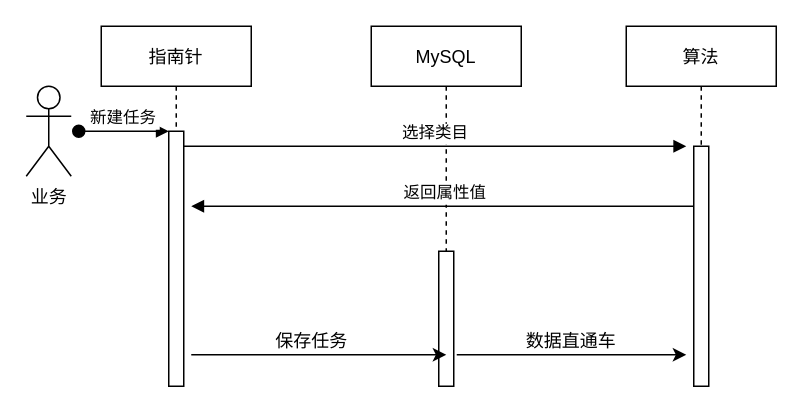
quhaisi/quhaisi.github.io keeps this draw.io diagram as Untitled Diagram.drawio. Above is the earlier version. Source tidied: cells renumbered, new cells numbered last; positions are measured from the earlier drawing's top-left corner, leaving out a move shared by most shapes. Both pictures are drawn from the tidied source at 150%, with x=0, y=0 at pixel (26, 26).
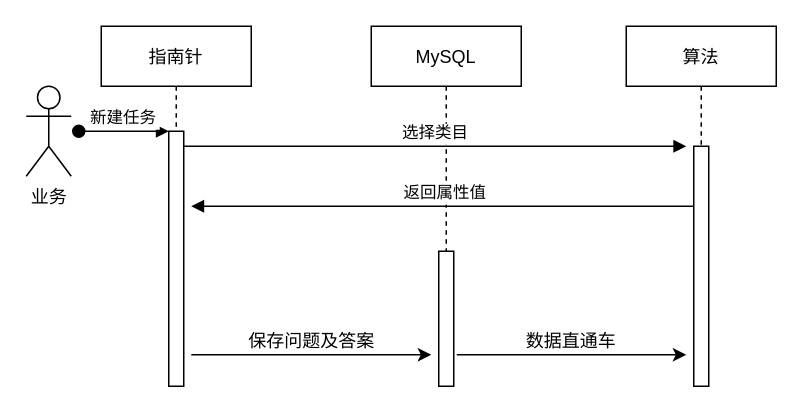
After the change.

Change to the diagram source:
```diff
@@
 <mxGraphModel>
   <root>
     <mxCell id="0" />
     <mxCell id="1" parent="0" />
     <mxCell id="2" value="指南针" style="shape=umlLifeline;perimeter=lifelinePerimeter;rounded=0;shadow=0;strokeWidth=1;" parent="1" vertex="1">
       <mxGeometry x="50" width="100" height="240" as="geometry" />
     </mxCell>
     <mxCell id="3" style="points=[];perimeter=orthogonalPerimeter;rounded=0;shadow=0;strokeWidth=1;" parent="2" vertex="1">
       <mxGeometry x="45" y="70" width="10" height="170" as="geometry" />
     </mxCell>
     <mxCell id="4" value="新建任务" style="verticalAlign=bottom;startArrow=oval;endArrow=block;startSize=8;shadow=0;strokeWidth=1;" parent="2" edge="1" target="3">
       <mxGeometry relative="1" as="geometry">
         <mxPoint x="-15" y="70" as="sourcePoint" />
       </mxGeometry>
     </mxCell>
     <mxCell id="5" value="MySQL" style="shape=umlLifeline;perimeter=lifelinePerimeter;rounded=0;shadow=0;strokeWidth=1;" parent="1" vertex="1">
       <mxGeometry x="230" width="100" height="240" as="geometry" />
     </mxCell>
     <mxCell id="6" style="points=[];perimeter=orthogonalPerimeter;rounded=0;shadow=0;strokeWidth=1;" parent="5" vertex="1">
       <mxGeometry x="45" y="150" width="10" height="90" as="geometry" />
     </mxCell>
     <mxCell id="7" value="选择类目" style="verticalAlign=bottom;endArrow=block;shadow=0;strokeWidth=1;" parent="1" edge="1" source="3">
       <mxGeometry relative="1" as="geometry">
         <mxPoint x="440" y="80" as="targetPoint" />
       </mxGeometry>
     </mxCell>
     <mxCell id="8" value="返回属性值" style="verticalAlign=bottom;endArrow=block;entryX=1;entryY=0;shadow=0;strokeWidth=1;" parent="1" edge="1" source="10">
       <mxGeometry relative="1" as="geometry">
         <mxPoint x="110" y="120" as="targetPoint" />
       </mxGeometry>
     </mxCell>
     <mxCell id="9" value="业务" style="shape=umlActor;verticalLabelPosition=bottom;verticalAlign=top;html=1;" parent="1" vertex="1">
       <mxGeometry y="40" width="30" height="60" as="geometry" />
     </mxCell>
     <mxCell id="10" value="算法" style="shape=umlLifeline;perimeter=lifelinePerimeter;rounded=0;shadow=0;strokeWidth=1;" parent="1" vertex="1">
       <mxGeometry x="400" width="100" height="240" as="geometry" />
     </mxCell>
     <mxCell id="11" style="perimeter=orthogonalPerimeter;rounded=0;shadow=0;strokeWidth=1;" parent="10" vertex="1">
       <mxGeometry x="45" y="80" width="10" height="160" as="geometry" />
     </mxCell>
     <mxCell id="12" style="endArrow=classic;html=1;rounded=0;" parent="1" edge="1">
       <mxGeometry relative="1" as="geometry">
         <mxPoint x="110" y="219" as="sourcePoint" />
-        <mxPoint x="280" y="219" as="targetPoint" />
+        <mxPoint x="270" y="219" as="targetPoint" />
       </mxGeometry>
     </mxCell>
-    <mxCell id="13" value="保存任务" style="text;html=1;align=center;verticalAlign=middle;strokeColor=none;fillColor=none;" parent="1" vertex="1">
-      <mxGeometry x="160" y="200" width="60" height="20" as="geometry" />
+    <mxCell id="13" value="保存问题及答案" style="text;html=1;align=center;verticalAlign=middle;strokeColor=none;fillColor=none;" parent="1" vertex="1">
+      <mxGeometry x="140" y="200" width="100" height="20" as="geometry" />
     </mxCell>
     <mxCell id="14" style="endArrow=classic;html=1;rounded=0;exitX=1.2;exitY=0.767;exitDx=0;exitDy=0;exitPerimeter=0;" parent="1" edge="1" source="6">
       <mxGeometry relative="1" as="geometry">
         <mxPoint x="440" y="219" as="targetPoint" />
       </mxGeometry>
     </mxCell>
     <mxCell id="15" value="数据直通车" style="text;html=1;align=center;verticalAlign=middle;strokeColor=none;fillColor=none;" parent="1" vertex="1">
       <mxGeometry x="323" y="200" width="80" height="20" as="geometry" />
     </mxCell>
   </root>
 </mxGraphModel>
```
